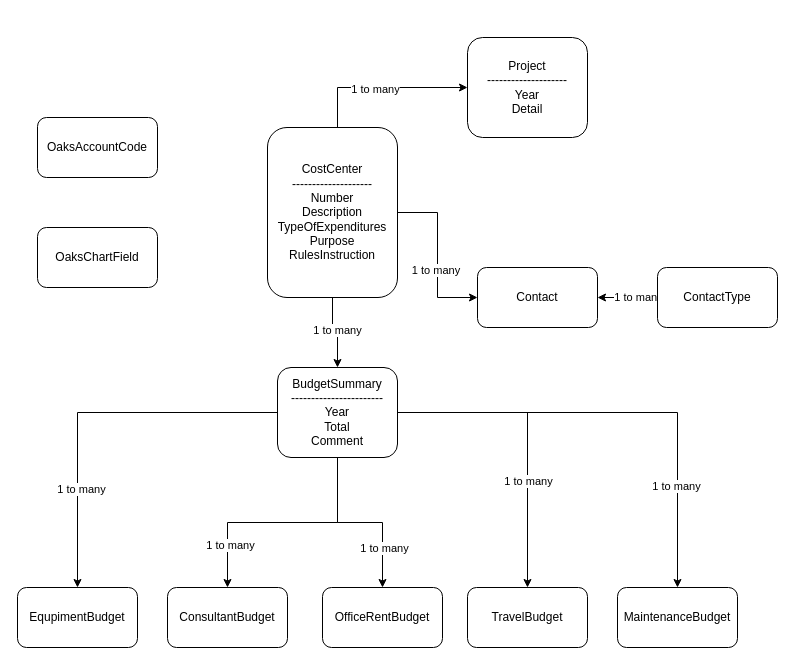
Above: page "Budget Access DB Migration" (4 of 4) of Untitled Diagram.drawio in jonathanli25/TestCommand (draw.io), before the change. Source tidied: cells renumbered, new cells numbered last; positions are measured from the earlier drawing's top-left corner, leaving out a move shared by most shapes. Both pictures are drawn from the tidied source at 100%, with x=0, y=0 at pixel (17, 37).
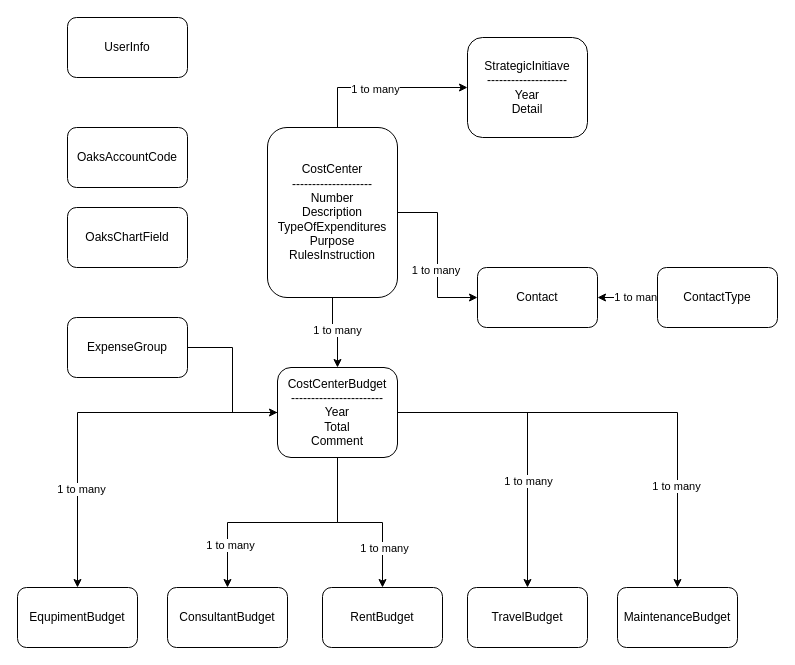
The same page after the edit.

Change to the diagram source:
```diff
@@
-    <mxCell id="20" value="BudgetSummary&lt;div&gt;-----------------------&lt;/div&gt;&lt;div&gt;Year&lt;/div&gt;&lt;div&gt;Total&lt;/div&gt;&lt;div&gt;Comment&lt;/div&gt;" style="rounded=1;whiteSpace=wrap;html=1;" parent="1" vertex="1">
+    <mxCell id="20" value="CostCenterBudget&lt;br&gt;&lt;div&gt;-----------------------&lt;/div&gt;&lt;div&gt;Year&lt;/div&gt;&lt;div&gt;Total&lt;/div&gt;&lt;div&gt;Comment&lt;/div&gt;" style="rounded=1;whiteSpace=wrap;html=1;" parent="1" vertex="1">
       <mxGeometry x="260" y="330" width="120" height="90" as="geometry" />
     </mxCell>
@@
     <mxCell id="26" value="OaksChartField" style="rounded=1;whiteSpace=wrap;html=1;" parent="1" vertex="1">
-      <mxGeometry x="20" y="190" width="120" height="60" as="geometry" />
+      <mxGeometry x="50" y="170" width="120" height="60" as="geometry" />
     </mxCell>
     <mxCell id="27" value="OaksAccountCode" style="rounded=1;whiteSpace=wrap;html=1;" parent="1" vertex="1">
-      <mxGeometry x="20" y="80" width="120" height="60" as="geometry" />
+      <mxGeometry x="50" y="90" width="120" height="60" as="geometry" />
     </mxCell>
@@
-    <mxCell id="29" value="OfficeRentBudget" style="whiteSpace=wrap;html=1;rounded=1;" parent="1" vertex="1">
+    <mxCell id="29" value="RentBudget" style="whiteSpace=wrap;html=1;rounded=1;" parent="1" vertex="1">
       <mxGeometry x="305" y="550" width="120" height="60" as="geometry" />
     </mxCell>
@@
-    <mxCell id="32" value="Project&lt;div&gt;--------------------&lt;/div&gt;&lt;div&gt;Year&lt;/div&gt;&lt;div&gt;Detail&lt;/div&gt;" style="whiteSpace=wrap;html=1;rounded=1;" parent="1" vertex="1">
+    <mxCell id="32" value="StrategicInitiave&lt;br&gt;&lt;div&gt;--------------------&lt;/div&gt;&lt;div&gt;Year&lt;/div&gt;&lt;div&gt;Detail&lt;/div&gt;" style="whiteSpace=wrap;html=1;rounded=1;" parent="1" vertex="1">
       <mxGeometry x="450" width="120" height="100" as="geometry" />
     </mxCell>
+    <mxCell id="33" value="UserInfo" style="rounded=1;whiteSpace=wrap;html=1;" parent="1" vertex="1">
+      <mxGeometry x="50" y="-20" width="120" height="60" as="geometry" />
+    </mxCell>
+    <mxCell id="34" style="edgeStyle=orthogonalEdgeStyle;rounded=0;jettySize=auto;html=1;entryX=0;entryY=0.5;entryDx=0;entryDy=0;" parent="1" edge="1" source="35" target="20">
+      <mxGeometry relative="1" as="geometry" />
+    </mxCell>
+    <mxCell id="35" value="ExpenseGroup" style="rounded=1;whiteSpace=wrap;html=1;" parent="1" vertex="1">
+      <mxGeometry x="50" y="280" width="120" height="60" as="geometry" />
+    </mxCell>
```
